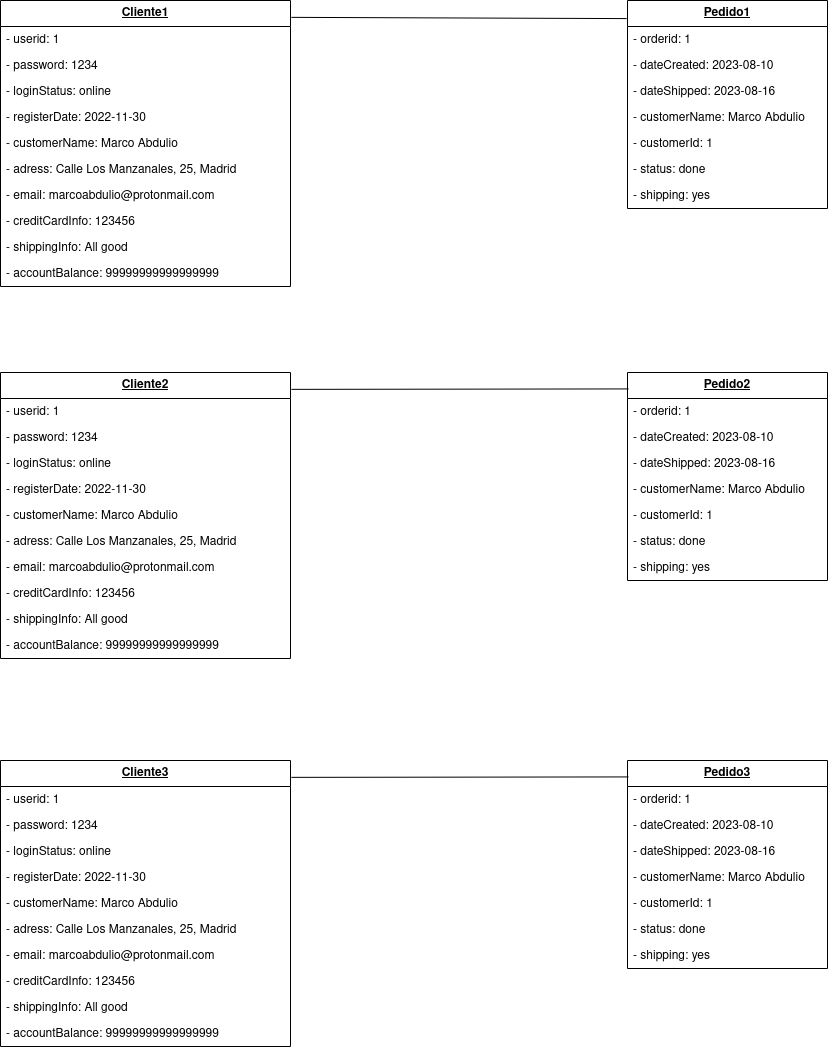
Earlier version of the draw.io export Diagramas/Diagramas de objetos/DObj Modelo2.drawio.png (RafaelMayor/ETS). Source tidied: cells renumbered, new cells last; positions are measured from the earlier drawing's top-left corner, leaving out a move shared by most shapes.
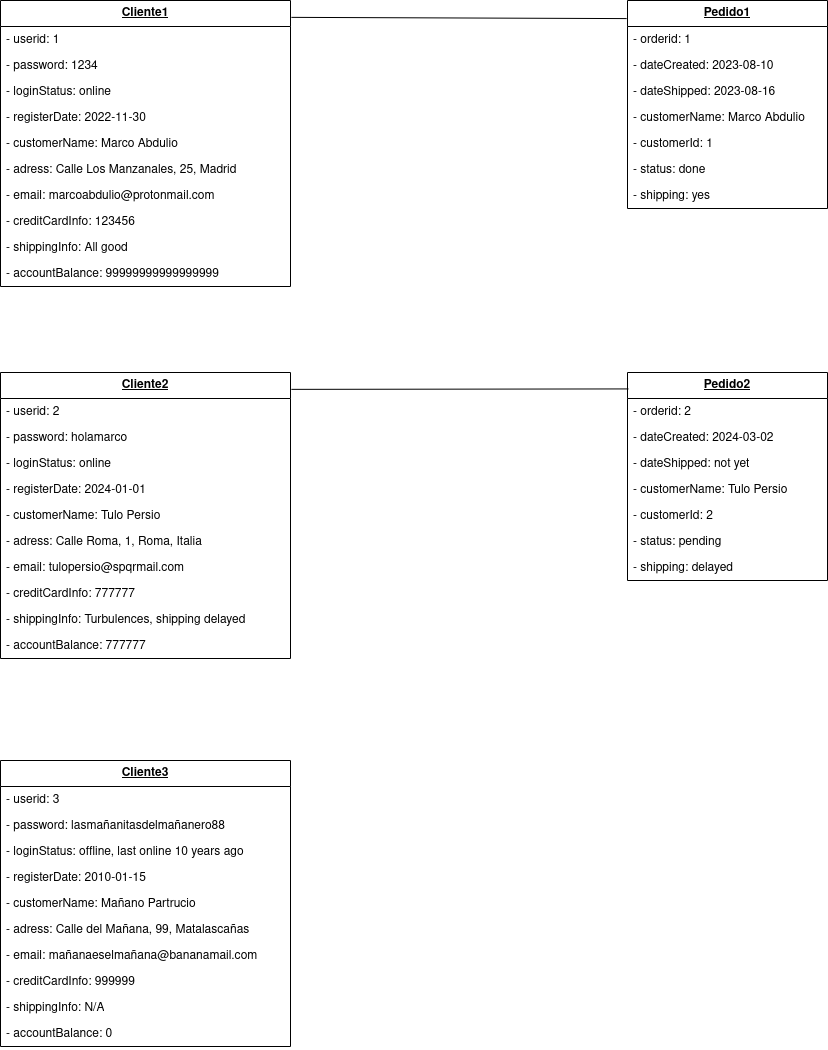
After the commit.

The edit, as a diff of the source:
```diff
@@ -65,58 +65,58 @@
     <mxCell id="22" value="&lt;b&gt;&lt;u&gt;Cliente2&lt;/u&gt;&lt;/b&gt;" style="swimlane;fontStyle=0;horizontal=1;startSize=26;fillColor=none;whiteSpace=wrap;html=1;" parent="1" vertex="1">
       <mxGeometry y="372" width="290" height="286" as="geometry" />
     </mxCell>
-    <mxCell id="23" value="- userid: 1" style="text;strokeColor=none;fillColor=none;align=left;verticalAlign=top;spacingLeft=4;spacingRight=4;overflow=hidden;whiteSpace=wrap;html=1;" parent="22" vertex="1">
+    <mxCell id="23" value="- userid: 2" style="text;strokeColor=none;fillColor=none;align=left;verticalAlign=top;spacingLeft=4;spacingRight=4;overflow=hidden;whiteSpace=wrap;html=1;" parent="22" vertex="1">
       <mxGeometry y="26" width="290" height="26" as="geometry" />
     </mxCell>
-    <mxCell id="24" value="- password: 1234" style="text;strokeColor=none;fillColor=none;align=left;verticalAlign=top;spacingLeft=4;spacingRight=4;overflow=hidden;whiteSpace=wrap;html=1;" parent="22" vertex="1">
+    <mxCell id="24" value="- password: holamarco " style="text;strokeColor=none;fillColor=none;align=left;verticalAlign=top;spacingLeft=4;spacingRight=4;overflow=hidden;whiteSpace=wrap;html=1;" parent="22" vertex="1">
       <mxGeometry y="52" width="290" height="26" as="geometry" />
     </mxCell>
     <mxCell id="25" value="- loginStatus: online" style="text;strokeColor=none;fillColor=none;align=left;verticalAlign=top;spacingLeft=4;spacingRight=4;overflow=hidden;whiteSpace=wrap;html=1;" parent="22" vertex="1">
       <mxGeometry y="78" width="290" height="26" as="geometry" />
     </mxCell>
-    <mxCell id="26" value="- registerDate: 2022-11-30" style="text;strokeColor=none;fillColor=none;align=left;verticalAlign=top;spacingLeft=4;spacingRight=4;overflow=hidden;whiteSpace=wrap;html=1;" parent="22" vertex="1">
+    <mxCell id="26" value="- registerDate: 2024-01-01" style="text;strokeColor=none;fillColor=none;align=left;verticalAlign=top;spacingLeft=4;spacingRight=4;overflow=hidden;whiteSpace=wrap;html=1;" parent="22" vertex="1">
       <mxGeometry y="104" width="290" height="26" as="geometry" />
     </mxCell>
-    <mxCell id="27" value="- customerName: Marco Abdulio" style="text;strokeColor=none;fillColor=none;align=left;verticalAlign=top;spacingLeft=4;spacingRight=4;overflow=hidden;whiteSpace=wrap;html=1;" parent="22" vertex="1">
+    <mxCell id="27" value="- customerName: Tulo Persio" style="text;strokeColor=none;fillColor=none;align=left;verticalAlign=top;spacingLeft=4;spacingRight=4;overflow=hidden;whiteSpace=wrap;html=1;" parent="22" vertex="1">
       <mxGeometry y="130" width="290" height="26" as="geometry" />
     </mxCell>
-    <mxCell id="28" value="- adress: Calle Los Manzanales, 25, Madrid" style="text;strokeColor=none;fillColor=none;align=left;verticalAlign=top;spacingLeft=4;spacingRight=4;overflow=hidden;whiteSpace=wrap;html=1;" parent="22" vertex="1">
+    <mxCell id="28" value="- adress: Calle Roma, 1, Roma, Italia" style="text;strokeColor=none;fillColor=none;align=left;verticalAlign=top;spacingLeft=4;spacingRight=4;overflow=hidden;whiteSpace=wrap;html=1;" parent="22" vertex="1">
       <mxGeometry y="156" width="290" height="26" as="geometry" />
     </mxCell>
-    <mxCell id="29" value="- email: marcoabdulio@protonmail.com" style="text;strokeColor=none;fillColor=none;align=left;verticalAlign=top;spacingLeft=4;spacingRight=4;overflow=hidden;whiteSpace=wrap;html=1;" parent="22" vertex="1">
+    <mxCell id="29" value="- email: tulopersio@spqrmail.com" style="text;strokeColor=none;fillColor=none;align=left;verticalAlign=top;spacingLeft=4;spacingRight=4;overflow=hidden;whiteSpace=wrap;html=1;" parent="22" vertex="1">
       <mxGeometry y="182" width="290" height="26" as="geometry" />
     </mxCell>
-    <mxCell id="30" value="- creditCardInfo: 123456" style="text;strokeColor=none;fillColor=none;align=left;verticalAlign=top;spacingLeft=4;spacingRight=4;overflow=hidden;whiteSpace=wrap;html=1;" parent="22" vertex="1">
+    <mxCell id="30" value="- creditCardInfo: 777777" style="text;strokeColor=none;fillColor=none;align=left;verticalAlign=top;spacingLeft=4;spacingRight=4;overflow=hidden;whiteSpace=wrap;html=1;" parent="22" vertex="1">
       <mxGeometry y="208" width="290" height="26" as="geometry" />
     </mxCell>
-    <mxCell id="31" value="- shippingInfo: All good" style="text;strokeColor=none;fillColor=none;align=left;verticalAlign=top;spacingLeft=4;spacingRight=4;overflow=hidden;whiteSpace=wrap;html=1;" parent="22" vertex="1">
+    <mxCell id="31" value="- shippingInfo: Turbulences, shipping delayed " style="text;strokeColor=none;fillColor=none;align=left;verticalAlign=top;spacingLeft=4;spacingRight=4;overflow=hidden;whiteSpace=wrap;html=1;" parent="22" vertex="1">
       <mxGeometry y="234" width="290" height="26" as="geometry" />
     </mxCell>
-    <mxCell id="32" value="- accountBalance: 99999999999999999" style="text;strokeColor=none;fillColor=none;align=left;verticalAlign=top;spacingLeft=4;spacingRight=4;overflow=hidden;whiteSpace=wrap;html=1;" parent="22" vertex="1">
+    <mxCell id="32" value="- accountBalance: 777777" style="text;strokeColor=none;fillColor=none;align=left;verticalAlign=top;spacingLeft=4;spacingRight=4;overflow=hidden;whiteSpace=wrap;html=1;" parent="22" vertex="1">
       <mxGeometry y="260" width="290" height="26" as="geometry" />
     </mxCell>
     <mxCell id="33" value="&lt;b&gt;&lt;u&gt;Pedido2&lt;/u&gt;&lt;/b&gt;" style="swimlane;fontStyle=0;horizontal=1;startSize=26;fillColor=none;whiteSpace=wrap;html=1;" parent="1" vertex="1">
       <mxGeometry x="627" y="372" width="200" height="208" as="geometry" />
     </mxCell>
-    <mxCell id="34" value="- orderid: 1" style="text;strokeColor=none;fillColor=none;align=left;verticalAlign=top;spacingLeft=4;spacingRight=4;overflow=hidden;whiteSpace=wrap;html=1;" parent="33" vertex="1">
+    <mxCell id="34" value="- orderid: 2" style="text;strokeColor=none;fillColor=none;align=left;verticalAlign=top;spacingLeft=4;spacingRight=4;overflow=hidden;whiteSpace=wrap;html=1;" parent="33" vertex="1">
       <mxGeometry y="26" width="200" height="26" as="geometry" />
     </mxCell>
-    <mxCell id="35" value="- dateCreated: 2023-08-10" style="text;strokeColor=none;fillColor=none;align=left;verticalAlign=top;spacingLeft=4;spacingRight=4;overflow=hidden;whiteSpace=wrap;html=1;" parent="33" vertex="1">
+    <mxCell id="35" value="- dateCreated: 2024-03-02" style="text;strokeColor=none;fillColor=none;align=left;verticalAlign=top;spacingLeft=4;spacingRight=4;overflow=hidden;whiteSpace=wrap;html=1;" parent="33" vertex="1">
       <mxGeometry y="52" width="200" height="26" as="geometry" />
     </mxCell>
-    <mxCell id="36" value="- dateShipped: 2023-08-16" style="text;strokeColor=none;fillColor=none;align=left;verticalAlign=top;spacingLeft=4;spacingRight=4;overflow=hidden;whiteSpace=wrap;html=1;" parent="33" vertex="1">
+    <mxCell id="36" value="- dateShipped: not yet" style="text;strokeColor=none;fillColor=none;align=left;verticalAlign=top;spacingLeft=4;spacingRight=4;overflow=hidden;whiteSpace=wrap;html=1;" parent="33" vertex="1">
       <mxGeometry y="78" width="200" height="26" as="geometry" />
     </mxCell>
-    <mxCell id="37" value="- customerName: Marco Abdulio" style="text;strokeColor=none;fillColor=none;align=left;verticalAlign=top;spacingLeft=4;spacingRight=4;overflow=hidden;whiteSpace=wrap;html=1;" parent="33" vertex="1">
+    <mxCell id="37" value="- customerName: Tulo Persio" style="text;strokeColor=none;fillColor=none;align=left;verticalAlign=top;spacingLeft=4;spacingRight=4;overflow=hidden;whiteSpace=wrap;html=1;" parent="33" vertex="1">
       <mxGeometry y="104" width="200" height="26" as="geometry" />
     </mxCell>
-    <mxCell id="38" value="- customerId: 1" style="text;strokeColor=none;fillColor=none;align=left;verticalAlign=top;spacingLeft=4;spacingRight=4;overflow=hidden;whiteSpace=wrap;html=1;" parent="33" vertex="1">
+    <mxCell id="38" value="- customerId: 2" style="text;strokeColor=none;fillColor=none;align=left;verticalAlign=top;spacingLeft=4;spacingRight=4;overflow=hidden;whiteSpace=wrap;html=1;" parent="33" vertex="1">
       <mxGeometry y="130" width="200" height="26" as="geometry" />
     </mxCell>
-    <mxCell id="39" value="- status: done" style="text;strokeColor=none;fillColor=none;align=left;verticalAlign=top;spacingLeft=4;spacingRight=4;overflow=hidden;whiteSpace=wrap;html=1;" parent="33" vertex="1">
+    <mxCell id="39" value="- status: pending" style="text;strokeColor=none;fillColor=none;align=left;verticalAlign=top;spacingLeft=4;spacingRight=4;overflow=hidden;whiteSpace=wrap;html=1;" parent="33" vertex="1">
       <mxGeometry y="156" width="200" height="26" as="geometry" />
     </mxCell>
-    <mxCell id="40" value="- shipping: yes " style="text;strokeColor=none;fillColor=none;align=left;verticalAlign=top;spacingLeft=4;spacingRight=4;overflow=hidden;whiteSpace=wrap;html=1;" parent="33" vertex="1">
+    <mxCell id="40" value="- shipping: delayed " style="text;strokeColor=none;fillColor=none;align=left;verticalAlign=top;spacingLeft=4;spacingRight=4;overflow=hidden;whiteSpace=wrap;html=1;" parent="33" vertex="1">
       <mxGeometry y="182" width="200" height="26" as="geometry" />
     </mxCell>
     <mxCell id="41" style="endArrow=none;html=1;rounded=0;entryX=0.005;entryY=0.079;entryDx=0;entryDy=0;entryPerimeter=0;exitX=1.003;exitY=0.059;exitDx=0;exitDy=0;exitPerimeter=0;" parent="1" edge="1" source="22" target="33">
@@ -125,62 +125,35 @@
     <mxCell id="42" value="&lt;b&gt;&lt;u&gt;Cliente3&lt;/u&gt;&lt;/b&gt;" style="swimlane;fontStyle=0;horizontal=1;startSize=26;fillColor=none;whiteSpace=wrap;html=1;" parent="1" vertex="1">
       <mxGeometry y="760" width="290" height="286" as="geometry" />
     </mxCell>
-    <mxCell id="43" value="- userid: 1" style="text;strokeColor=none;fillColor=none;align=left;verticalAlign=top;spacingLeft=4;spacingRight=4;overflow=hidden;whiteSpace=wrap;html=1;" parent="42" vertex="1">
+    <mxCell id="43" value="- userid: 3" style="text;strokeColor=none;fillColor=none;align=left;verticalAlign=top;spacingLeft=4;spacingRight=4;overflow=hidden;whiteSpace=wrap;html=1;" parent="42" vertex="1">
       <mxGeometry y="26" width="290" height="26" as="geometry" />
     </mxCell>
-    <mxCell id="44" value="- password: 1234" style="text;strokeColor=none;fillColor=none;align=left;verticalAlign=top;spacingLeft=4;spacingRight=4;overflow=hidden;whiteSpace=wrap;html=1;" parent="42" vertex="1">
+    <mxCell id="44" value="- password: lasmañanitasdelmañanero88" style="text;strokeColor=none;fillColor=none;align=left;verticalAlign=top;spacingLeft=4;spacingRight=4;overflow=hidden;whiteSpace=wrap;html=1;" parent="42" vertex="1">
       <mxGeometry y="52" width="290" height="26" as="geometry" />
     </mxCell>
-    <mxCell id="45" value="- loginStatus: online" style="text;strokeColor=none;fillColor=none;align=left;verticalAlign=top;spacingLeft=4;spacingRight=4;overflow=hidden;whiteSpace=wrap;html=1;" parent="42" vertex="1">
+    <mxCell id="45" value="- loginStatus: offline, last online 10 years ago" style="text;strokeColor=none;fillColor=none;align=left;verticalAlign=top;spacingLeft=4;spacingRight=4;overflow=hidden;whiteSpace=wrap;html=1;" parent="42" vertex="1">
       <mxGeometry y="78" width="290" height="26" as="geometry" />
     </mxCell>
-    <mxCell id="46" value="- registerDate: 2022-11-30" style="text;strokeColor=none;fillColor=none;align=left;verticalAlign=top;spacingLeft=4;spacingRight=4;overflow=hidden;whiteSpace=wrap;html=1;" parent="42" vertex="1">
+    <mxCell id="46" value="- registerDate: 2010-01-15" style="text;strokeColor=none;fillColor=none;align=left;verticalAlign=top;spacingLeft=4;spacingRight=4;overflow=hidden;whiteSpace=wrap;html=1;" parent="42" vertex="1">
       <mxGeometry y="104" width="290" height="26" as="geometry" />
     </mxCell>
-    <mxCell id="47" value="- customerName: Marco Abdulio" style="text;strokeColor=none;fillColor=none;align=left;verticalAlign=top;spacingLeft=4;spacingRight=4;overflow=hidden;whiteSpace=wrap;html=1;" parent="42" vertex="1">
+    <mxCell id="47" value="- customerName: Mañano Partrucio" style="text;strokeColor=none;fillColor=none;align=left;verticalAlign=top;spacingLeft=4;spacingRight=4;overflow=hidden;whiteSpace=wrap;html=1;" parent="42" vertex="1">
       <mxGeometry y="130" width="290" height="26" as="geometry" />
     </mxCell>
-    <mxCell id="48" value="- adress: Calle Los Manzanales, 25, Madrid" style="text;strokeColor=none;fillColor=none;align=left;verticalAlign=top;spacingLeft=4;spacingRight=4;overflow=hidden;whiteSpace=wrap;html=1;" parent="42" vertex="1">
+    <mxCell id="48" value="- adress: Calle del Mañana, 99, Matalascañas" style="text;strokeColor=none;fillColor=none;align=left;verticalAlign=top;spacingLeft=4;spacingRight=4;overflow=hidden;whiteSpace=wrap;html=1;" parent="42" vertex="1">
       <mxGeometry y="156" width="290" height="26" as="geometry" />
     </mxCell>
-    <mxCell id="49" value="- email: marcoabdulio@protonmail.com" style="text;strokeColor=none;fillColor=none;align=left;verticalAlign=top;spacingLeft=4;spacingRight=4;overflow=hidden;whiteSpace=wrap;html=1;" parent="42" vertex="1">
+    <mxCell id="49" value="- email: mañanaeselmañana@bananamail.com" style="text;strokeColor=none;fillColor=none;align=left;verticalAlign=top;spacingLeft=4;spacingRight=4;overflow=hidden;whiteSpace=wrap;html=1;" parent="42" vertex="1">
       <mxGeometry y="182" width="290" height="26" as="geometry" />
     </mxCell>
-    <mxCell id="50" value="- creditCardInfo: 123456" style="text;strokeColor=none;fillColor=none;align=left;verticalAlign=top;spacingLeft=4;spacingRight=4;overflow=hidden;whiteSpace=wrap;html=1;" parent="42" vertex="1">
+    <mxCell id="50" value="- creditCardInfo: 999999" style="text;strokeColor=none;fillColor=none;align=left;verticalAlign=top;spacingLeft=4;spacingRight=4;overflow=hidden;whiteSpace=wrap;html=1;" parent="42" vertex="1">
       <mxGeometry y="208" width="290" height="26" as="geometry" />
     </mxCell>
-    <mxCell id="51" value="- shippingInfo: All good" style="text;strokeColor=none;fillColor=none;align=left;verticalAlign=top;spacingLeft=4;spacingRight=4;overflow=hidden;whiteSpace=wrap;html=1;" parent="42" vertex="1">
+    <mxCell id="51" value="- shippingInfo: N/A" style="text;strokeColor=none;fillColor=none;align=left;verticalAlign=top;spacingLeft=4;spacingRight=4;overflow=hidden;whiteSpace=wrap;html=1;" parent="42" vertex="1">
       <mxGeometry y="234" width="290" height="26" as="geometry" />
     </mxCell>
-    <mxCell id="52" value="- accountBalance: 99999999999999999" style="text;strokeColor=none;fillColor=none;align=left;verticalAlign=top;spacingLeft=4;spacingRight=4;overflow=hidden;whiteSpace=wrap;html=1;" parent="42" vertex="1">
+    <mxCell id="52" value="- accountBalance: 0" style="text;strokeColor=none;fillColor=none;align=left;verticalAlign=top;spacingLeft=4;spacingRight=4;overflow=hidden;whiteSpace=wrap;html=1;" parent="42" vertex="1">
       <mxGeometry y="260" width="290" height="26" as="geometry" />
     </mxCell>
-    <mxCell id="53" value="&lt;b&gt;&lt;u&gt;Pedido3&lt;/u&gt;&lt;/b&gt;" style="swimlane;fontStyle=0;horizontal=1;startSize=26;fillColor=none;whiteSpace=wrap;html=1;" parent="1" vertex="1">
-      <mxGeometry x="627" y="760" width="200" height="208" as="geometry" />
-    </mxCell>
-    <mxCell id="54" value="- orderid: 1" style="text;strokeColor=none;fillColor=none;align=left;verticalAlign=top;spacingLeft=4;spacingRight=4;overflow=hidden;whiteSpace=wrap;html=1;" parent="53" vertex="1">
-      <mxGeometry y="26" width="200" height="26" as="geometry" />
-    </mxCell>
-    <mxCell id="55" value="- dateCreated: 2023-08-10" style="text;strokeColor=none;fillColor=none;align=left;verticalAlign=top;spacingLeft=4;spacingRight=4;overflow=hidden;whiteSpace=wrap;html=1;" parent="53" vertex="1">
-      <mxGeometry y="52" width="200" height="26" as="geometry" />
-    </mxCell>
-    <mxCell id="56" value="- dateShipped: 2023-08-16" style="text;strokeColor=none;fillColor=none;align=left;verticalAlign=top;spacingLeft=4;spacingRight=4;overflow=hidden;whiteSpace=wrap;html=1;" parent="53" vertex="1">
-      <mxGeometry y="78" width="200" height="26" as="geometry" />
-    </mxCell>
-    <mxCell id="57" value="- customerName: Marco Abdulio" style="text;strokeColor=none;fillColor=none;align=left;verticalAlign=top;spacingLeft=4;spacingRight=4;overflow=hidden;whiteSpace=wrap;html=1;" parent="53" vertex="1">
-      <mxGeometry y="104" width="200" height="26" as="geometry" />
-    </mxCell>
-    <mxCell id="58" value="- customerId: 1" style="text;strokeColor=none;fillColor=none;align=left;verticalAlign=top;spacingLeft=4;spacingRight=4;overflow=hidden;whiteSpace=wrap;html=1;" parent="53" vertex="1">
-      <mxGeometry y="130" width="200" height="26" as="geometry" />
-    </mxCell>
-    <mxCell id="59" value="- status: done" style="text;strokeColor=none;fillColor=none;align=left;verticalAlign=top;spacingLeft=4;spacingRight=4;overflow=hidden;whiteSpace=wrap;html=1;" parent="53" vertex="1">
-      <mxGeometry y="156" width="200" height="26" as="geometry" />
-    </mxCell>
-    <mxCell id="60" value="- shipping: yes " style="text;strokeColor=none;fillColor=none;align=left;verticalAlign=top;spacingLeft=4;spacingRight=4;overflow=hidden;whiteSpace=wrap;html=1;" parent="53" vertex="1">
-      <mxGeometry y="182" width="200" height="26" as="geometry" />
-    </mxCell>
-    <mxCell id="61" style="endArrow=none;html=1;rounded=0;entryX=0.005;entryY=0.079;entryDx=0;entryDy=0;entryPerimeter=0;exitX=1.003;exitY=0.059;exitDx=0;exitDy=0;exitPerimeter=0;" parent="1" edge="1" source="42" target="53">
-      <mxGeometry relative="1" as="geometry" />
-    </mxCell>
   </root>
 </mxGraphModel>
```
